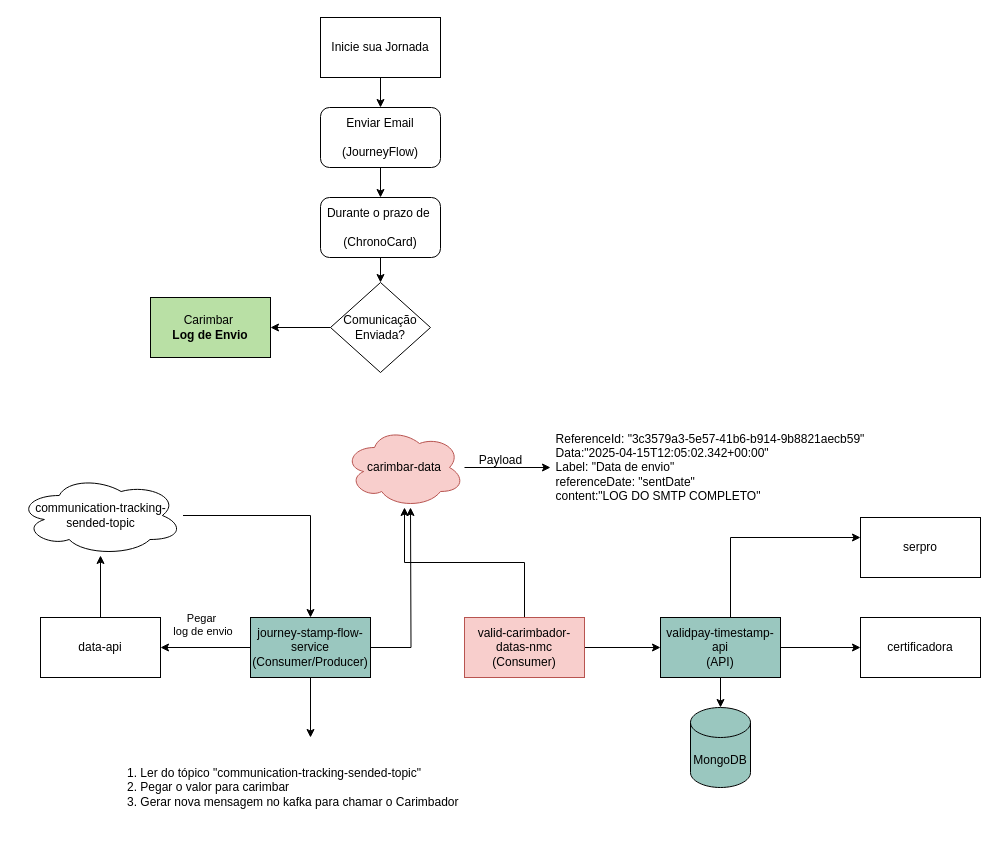
Before: page "Desenho Jornada Carimbo Envio de Email com Back" (3 of 3) of Diagrama Journey.drawio in caio-bueno/draws-valid, a draw.io diagram. Source tidied: cells renumbered, new cells numbered last; positions are measured from the earlier drawing's top-left corner, leaving out a move shared by most shapes. Both pictures are drawn from the tidied source at 100%, with x=0, y=0 at pixel (18, 17).
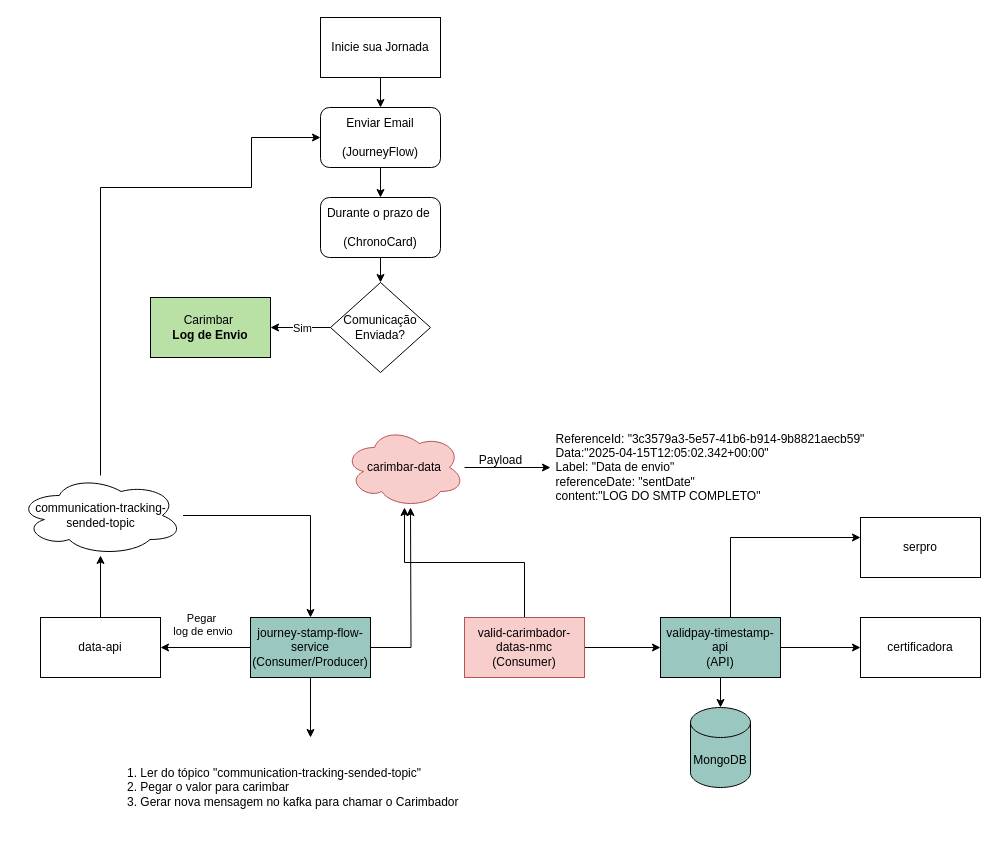
The same page after the edit.

Unchanged cells that the change refers to:
```xml
<mxCell id="5" value="Enviar Email&lt;div&gt;&lt;br&gt;&lt;/div&gt;&lt;div&gt;(JourneyFlow)&lt;/div&gt;" style="rounded=1;whiteSpace=wrap;html=1;" parent="1" vertex="1">
  <mxGeometry x="302" y="90" width="120" height="60" as="geometry" />
</mxCell>
<mxCell id="18" value="&lt;span style=&quot;text-align: left;&quot;&gt;communication-tracking-sended-topic&lt;/span&gt;" style="ellipse;shape=cloud;whiteSpace=wrap;html=1;" parent="1" vertex="1">
  <mxGeometry x="-0.5" y="458" width="165" height="80" as="geometry" />
</mxCell>
<mxCell id="33" style="edgeStyle=orthogonalEdgeStyle;rounded=0;jettySize=auto;html=1;" parent="1" edge="1" source="34" target="8">
  <mxGeometry relative="1" as="geometry" />
</mxCell>
```

Diff of the diagram source:
```diff
@@
+    <mxCell id="35" style="edgeStyle=orthogonalEdgeStyle;rounded=0;jettySize=auto;html=1;entryX=0;entryY=0.5;entryDx=0;entryDy=0;" parent="1" edge="1" source="18" target="5">
+      <mxGeometry relative="1" as="geometry">
+        <Array as="points">
+          <mxPoint x="82" y="170" />
+          <mxPoint x="233" y="170" />
+          <mxPoint x="233" y="120" />
+        </Array>
+      </mxGeometry>
+    </mxCell>
@@
+    <mxCell id="36" value="Sim" style="edgeLabel;html=1;align=center;verticalAlign=middle;" parent="33" vertex="1">
+      <mxGeometry x="-0.03" relative="1" as="geometry" />
+    </mxCell>
```
